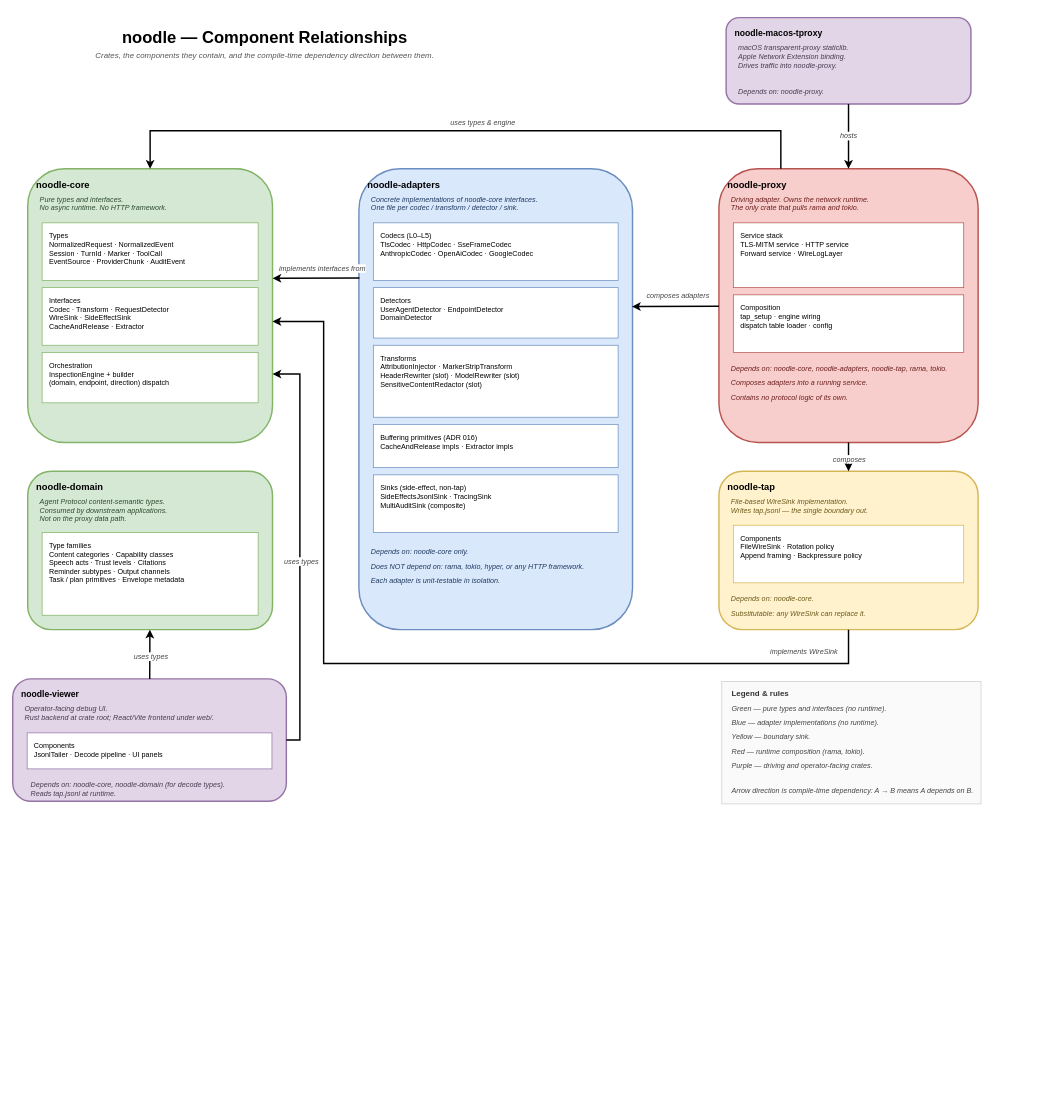
josephbarnett/noodle keeps this draw.io diagram as docs/diagrams/component-relationships.drawio. Above is the earlier version. Source tidied: cells renumbered, new cells numbered last; positions are measured from the earlier drawing's top-left corner, leaving out a move shared by most shapes. Both pictures are drawn from the tidied source at 72%, with x=0, y=0 at pixel (12, 17).
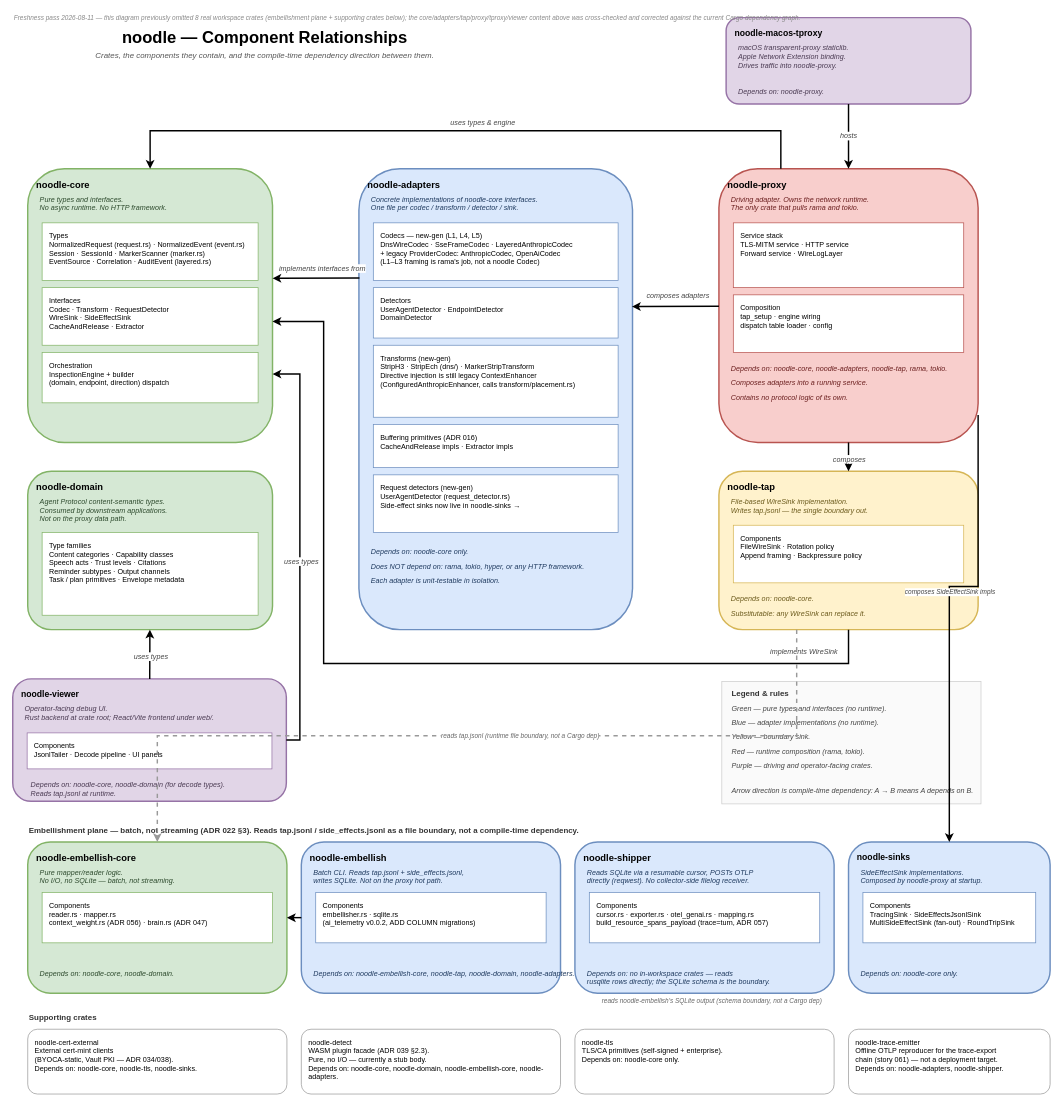
Above is the later version.

Commit message (it also covers changes not shown here):
docs: freshness pass on architecture/diagram docs — v1 fictions replaced with as-built (ADR 053) (#22)

Unchanged cells that the change refers to:
```xml
<mxCell id="22" value="noodle-tap" style="rounded=1;whiteSpace=wrap;html=1;fillColor=#fff2cc;strokeColor=#d6b656;align=left;verticalAlign=top;fontSize=13;fontStyle=1;strokeWidth=2;spacingLeft=10;spacingTop=8;" parent="1" vertex="1">
  <mxGeometry x="981" y="630" width="360" height="220" as="geometry" />
</mxCell>
<mxCell id="27" value="noodle-proxy" style="rounded=1;whiteSpace=wrap;html=1;fillColor=#f8cecc;strokeColor=#b85450;align=left;verticalAlign=top;fontSize=13;fontStyle=1;strokeWidth=2;spacingLeft=10;spacingTop=8;" parent="1" vertex="1">
  <mxGeometry x="981" y="210" width="360" height="380" as="geometry" />
</mxCell>
```

The edit, as a diff of the source:
```diff
@@
-    <mxCell id="6" value="Types&#10;NormalizedRequest · NormalizedEvent&#10;Session · TurnId · Marker · ToolCall&#10;EventSource · ProviderChunk · AuditEvent" style="rounded=0;whiteSpace=wrap;html=1;fillColor=#ffffff;strokeColor=#82b366;align=left;verticalAlign=top;fontSize=10;spacingLeft=8;spacingTop=6;" parent="1" vertex="1">
+    <mxCell id="6" value="Types&#10;NormalizedRequest (request.rs) · NormalizedEvent (event.rs)&#10;Session · SessionId · MarkerScanner (marker.rs)&#10;EventSource · Correlation · AuditEvent (layered.rs)" style="rounded=0;whiteSpace=wrap;html=1;fillColor=#ffffff;strokeColor=#82b366;align=left;verticalAlign=top;fontSize=10;spacingLeft=8;spacingTop=6;" parent="1" vertex="1">
       <mxGeometry x="41" y="285" width="300" height="80" as="geometry" />
     </mxCell>
@@
-    <mxCell id="14" value="Codecs (L0–L5)&#10;TlsCodec · HttpCodec · SseFrameCodec&#10;AnthropicCodec · OpenAiCodec · GoogleCodec" style="rounded=0;whiteSpace=wrap;html=1;fillColor=#ffffff;strokeColor=#6c8ebf;align=left;verticalAlign=top;fontSize=10;spacingLeft=8;spacingTop=6;" parent="1" vertex="1">
+    <mxCell id="14" value="Codecs — new-gen (L1, L4, L5)&#10;DnsWireCodec · SseFrameCodec · LayeredAnthropicCodec&#10;+ legacy ProviderCodec: AnthropicCodec, OpenAiCodec&#10;(L1–L3 framing is rama's job, not a noodle Codec)" style="rounded=0;whiteSpace=wrap;html=1;fillColor=#ffffff;strokeColor=#6c8ebf;align=left;verticalAlign=top;fontSize=10;spacingLeft=8;spacingTop=6;" parent="1" vertex="1">
       <mxGeometry x="501" y="285" width="340" height="80" as="geometry" />
     </mxCell>
@@
-    <mxCell id="16" value="Transforms&#10;AttributionInjector · MarkerStripTransform&#10;HeaderRewriter (slot) · ModelRewriter (slot)&#10;SensitiveContentRedactor (slot)" style="rounded=0;whiteSpace=wrap;html=1;fillColor=#ffffff;strokeColor=#6c8ebf;align=left;verticalAlign=top;fontSize=10;spacingLeft=8;spacingTop=6;" parent="1" vertex="1">
+    <mxCell id="16" value="Transforms (new-gen)&#10;StripH3 · StripEch (dns/) · MarkerStripTransform&#10;Directive injection is still legacy ContextEnhancer&#10;(ConfiguredAnthropicEnhancer, calls transform/placement.rs)" style="rounded=0;whiteSpace=wrap;html=1;fillColor=#ffffff;strokeColor=#6c8ebf;align=left;verticalAlign=top;fontSize=10;spacingLeft=8;spacingTop=6;" parent="1" vertex="1">
       <mxGeometry x="501" y="455" width="340" height="100" as="geometry" />
     </mxCell>
@@
-    <mxCell id="18" value="Sinks (side-effect, non-tap)&#10;SideEffectsJsonlSink · TracingSink&#10;MultiAuditSink (composite)" style="rounded=0;whiteSpace=wrap;html=1;fillColor=#ffffff;strokeColor=#6c8ebf;align=left;verticalAlign=top;fontSize=10;spacingLeft=8;spacingTop=6;" parent="1" vertex="1">
+    <mxCell id="18" value="Request detectors (new-gen)&#10;UserAgentDetector (request_detector.rs)&#10;Side-effect sinks now live in noodle-sinks →" style="rounded=0;whiteSpace=wrap;html=1;fillColor=#ffffff;strokeColor=#6c8ebf;align=left;verticalAlign=top;fontSize=10;spacingLeft=8;spacingTop=6;" parent="1" vertex="1">
       <mxGeometry x="501" y="635" width="340" height="80" as="geometry" />
     </mxCell>
@@
+    <mxCell id="65" value="Freshness pass 2026-08-11 — this diagram previously omitted 8 real workspace crates (embellishment plane + supporting crates below); the core/adapters/tap/proxy/tproxy/viewer content above was cross-checked and corrected against the current Cargo dependency graph." style="text;html=1;align=left;verticalAlign=middle;fontSize=9;fontStyle=2;fontColor=#888888;" parent="1" vertex="1">
+      <mxGeometry x="0.2" y="-7" width="980" height="16" as="geometry" />
+    </mxCell>
+    <mxCell id="66" value="Embellishment plane — batch, not streaming (ADR 022 §3). Reads tap.jsonl / side_effects.jsonl as a file boundary, not a compile-time dependency." style="text;html=1;align=left;verticalAlign=middle;fontSize=11;fontStyle=1;fontColor=#333333;" parent="1" vertex="1">
+      <mxGeometry x="21" y="1120" width="900" height="18" as="geometry" />
+    </mxCell>
+    <mxCell id="67" value="noodle-embellish-core" style="rounded=1;whiteSpace=wrap;html=1;fillColor=#d5e8d4;strokeColor=#82b366;align=left;verticalAlign=top;fontSize=13;fontStyle=1;strokeWidth=2;spacingLeft=10;spacingTop=8;" parent="1" vertex="1">
+      <mxGeometry x="21" y="1145" width="360" height="210" as="geometry" />
+    </mxCell>
+    <mxCell id="68" value="Pure mapper/reader logic.&#10;No I/O, no SQLite — batch, not streaming." style="text;html=1;align=left;verticalAlign=top;fontSize=10;fontStyle=2;fontColor=#2d4a2d;" parent="1" vertex="1">
+      <mxGeometry x="36" y="1175" width="330" height="32" as="geometry" />
+    </mxCell>
+    <mxCell id="69" value="Components&#10;reader.rs · mapper.rs&#10;context_weight.rs (ADR 056) · brain.rs (ADR 047)" style="rounded=0;whiteSpace=wrap;html=1;fillColor=#ffffff;strokeColor=#82b366;align=left;verticalAlign=top;fontSize=10;spacingLeft=8;spacingTop=6;" parent="1" vertex="1">
+      <mxGeometry x="41" y="1215" width="320" height="70" as="geometry" />
+    </mxCell>
+    <mxCell id="70" value="Depends on: noodle-core, noodle-domain." style="text;html=1;align=left;verticalAlign=top;fontSize=10;fontStyle=2;fontColor=#2d4a2d;" parent="1" vertex="1">
+      <mxGeometry x="36" y="1315" width="330" height="20" as="geometry" />
+    </mxCell>
+    <mxCell id="71" value="noodle-embellish" style="rounded=1;whiteSpace=wrap;html=1;fillColor=#dae8fc;strokeColor=#6c8ebf;align=left;verticalAlign=top;fontSize=13;fontStyle=1;strokeWidth=2;spacingLeft=10;spacingTop=8;" parent="1" vertex="1">
+      <mxGeometry x="401" y="1145" width="360" height="210" as="geometry" />
+    </mxCell>
+    <mxCell id="72" value="Batch CLI. Reads tap.jsonl + side_effects.jsonl,&#10;writes SQLite. Not on the proxy hot path." style="text;html=1;align=left;verticalAlign=top;fontSize=10;fontStyle=2;fontColor=#1f3a5f;" parent="1" vertex="1">
+      <mxGeometry x="416" y="1175" width="330" height="32" as="geometry" />
+    </mxCell>
+    <mxCell id="73" value="Components&#10;embellisher.rs · sqlite.rs&#10;(ai_telemetry v0.0.2, ADD COLUMN migrations)" style="rounded=0;whiteSpace=wrap;html=1;fillColor=#ffffff;strokeColor=#6c8ebf;align=left;verticalAlign=top;fontSize=10;spacingLeft=8;spacingTop=6;" parent="1" vertex="1">
+      <mxGeometry x="421" y="1215" width="320" height="70" as="geometry" />
+    </mxCell>
+    <mxCell id="74" value="Depends on: noodle-embellish-core, noodle-tap, noodle-domain, noodle-adapters." style="text;html=1;align=left;verticalAlign=top;fontSize=10;fontStyle=2;fontColor=#1f3a5f;" parent="1" vertex="1">
+      <mxGeometry x="416" y="1315" width="330" height="30" as="geometry" />
+    </mxCell>
+    <mxCell id="75" value="noodle-shipper" style="rounded=1;whiteSpace=wrap;html=1;fillColor=#dae8fc;strokeColor=#6c8ebf;align=left;verticalAlign=top;fontSize=13;fontStyle=1;strokeWidth=2;spacingLeft=10;spacingTop=8;" parent="1" vertex="1">
+      <mxGeometry x="781" y="1145" width="360" height="210" as="geometry" />
+    </mxCell>
+    <mxCell id="76" value="Reads SQLite via a resumable cursor, POSTs OTLP&#10;directly (reqwest). No collector-side filelog receiver." style="text;html=1;align=left;verticalAlign=top;fontSize=10;fontStyle=2;fontColor=#1f3a5f;" parent="1" vertex="1">
+      <mxGeometry x="796" y="1175" width="330" height="32" as="geometry" />
+    </mxCell>
+    <mxCell id="77" value="Components&#10;cursor.rs · exporter.rs · otel_genai.rs · mapping.rs&#10;build_resource_spans_payload (trace=turn, ADR 057)" style="rounded=0;whiteSpace=wrap;html=1;fillColor=#ffffff;strokeColor=#6c8ebf;align=left;verticalAlign=top;fontSize=10;spacingLeft=8;spacingTop=6;" parent="1" vertex="1">
+      <mxGeometry x="801" y="1215" width="320" height="70" as="geometry" />
+    </mxCell>
+    <mxCell id="78" value="Depends on: no in-workspace crates — reads&#10;rusqlite rows directly; the SQLite schema is the boundary." style="text;html=1;align=left;verticalAlign=top;fontSize=10;fontStyle=2;fontColor=#1f3a5f;" parent="1" vertex="1">
+      <mxGeometry x="796" y="1315" width="330" height="30" as="geometry" />
+    </mxCell>
+    <mxCell id="79" value="noodle-sinks" style="rounded=1;whiteSpace=wrap;html=1;fillColor=#dae8fc;strokeColor=#6c8ebf;align=left;verticalAlign=top;fontSize=12;fontStyle=1;strokeWidth=2;spacingLeft=10;spacingTop=8;" parent="1" vertex="1">
+      <mxGeometry x="1161" y="1145" width="280" height="210" as="geometry" />
+    </mxCell>
+    <mxCell id="80" value="SideEffectSink implementations.&#10;Composed by noodle-proxy at startup." style="text;html=1;align=left;verticalAlign=top;fontSize=10;fontStyle=2;fontColor=#1f3a5f;" parent="1" vertex="1">
+      <mxGeometry x="1176" y="1175" width="250" height="32" as="geometry" />
+    </mxCell>
+    <mxCell id="81" value="Components&#10;TracingSink · SideEffectsJsonlSink&#10;MultiSideEffectSink (fan-out) · RoundTripSink" style="rounded=0;whiteSpace=wrap;html=1;fillColor=#ffffff;strokeColor=#6c8ebf;align=left;verticalAlign=top;fontSize=10;spacingLeft=8;spacingTop=6;" parent="1" vertex="1">
+      <mxGeometry x="1181" y="1215" width="240" height="70" as="geometry" />
+    </mxCell>
+    <mxCell id="82" value="Depends on: noodle-core only." style="text;html=1;align=left;verticalAlign=top;fontSize=10;fontStyle=2;fontColor=#1f3a5f;" parent="1" vertex="1">
+      <mxGeometry x="1176" y="1315" width="250" height="20" as="geometry" />
+    </mxCell>
+    <mxCell id="83" value="Supporting crates" style="text;html=1;align=left;verticalAlign=middle;fontSize=11;fontStyle=1;fontColor=#333333;" parent="1" vertex="1">
+      <mxGeometry x="21" y="1380" width="300" height="18" as="geometry" />
+    </mxCell>
+    <mxCell id="84" value="noodle-cert-external&#10;External cert-mint clients&#10;(BYOCA-static, Vault PKI — ADR 034/038).&#10;Depends on: noodle-core, noodle-tls, noodle-sinks." style="rounded=1;whiteSpace=wrap;html=1;fillColor=#ffffff;strokeColor=#999999;align=left;verticalAlign=top;fontSize=10;spacingLeft=8;spacingTop=6;" parent="1" vertex="1">
+      <mxGeometry x="21" y="1405" width="360" height="90" as="geometry" />
+    </mxCell>
+    <mxCell id="85" value="noodle-detect&#10;WASM plugin facade (ADR 039 §2.3).&#10;Pure, no I/O — currently a stub body.&#10;Depends on: noodle-core, noodle-domain, noodle-embellish-core, noodle-adapters." style="rounded=1;whiteSpace=wrap;html=1;fillColor=#ffffff;strokeColor=#999999;align=left;verticalAlign=top;fontSize=10;spacingLeft=8;spacingTop=6;" parent="1" vertex="1">
+      <mxGeometry x="401" y="1405" width="360" height="90" as="geometry" />
+    </mxCell>
+    <mxCell id="86" value="noodle-tls&#10;TLS/CA primitives (self-signed + enterprise).&#10;Depends on: noodle-core only." style="rounded=1;whiteSpace=wrap;html=1;fillColor=#ffffff;strokeColor=#999999;align=left;verticalAlign=top;fontSize=10;spacingLeft=8;spacingTop=6;" parent="1" vertex="1">
+      <mxGeometry x="781" y="1405" width="360" height="90" as="geometry" />
+    </mxCell>
+    <mxCell id="87" value="noodle-trace-emitter&#10;Offline OTLP reproducer for the trace-export&#10;chain (story 061) — not a deployment target.&#10;Depends on: noodle-adapters, noodle-shipper." style="rounded=1;whiteSpace=wrap;html=1;fillColor=#ffffff;strokeColor=#999999;align=left;verticalAlign=top;fontSize=10;spacingLeft=8;spacingTop=6;" parent="1" vertex="1">
+      <mxGeometry x="1161" y="1405" width="280" height="90" as="geometry" />
+    </mxCell>
+    <mxCell id="88" style="endArrow=classic;html=1;rounded=0;strokeWidth=2;dashed=1;strokeColor=#999999;exitX=0.3;exitY=1;exitDx=0;exitDy=0;entryX=0.5;entryY=0;entryDx=0;entryDy=0;edgeStyle=orthogonalEdgeStyle;" parent="1" edge="1" source="22" target="67">
+      <mxGeometry relative="1" as="geometry" />
+    </mxCell>
+    <mxCell id="89" value="reads tap.jsonl (runtime file boundary, not a Cargo dep)" style="edgeLabel;html=1;align=center;verticalAlign=middle;fontSize=9;fontStyle=2;fontColor=#666666;" parent="88" vertex="1">
+      <mxGeometry x="-0.1" relative="1" as="geometry" />
+    </mxCell>
+    <mxCell id="90" style="endArrow=classic;html=1;rounded=0;strokeWidth=2;exitX=1;exitY=0.9;exitDx=0;exitDy=0;entryX=0.5;entryY=0;entryDx=0;entryDy=0;edgeStyle=orthogonalEdgeStyle;" parent="1" edge="1" source="27" target="79">
+      <mxGeometry relative="1" as="geometry">
+        <Array as="points">
+          <mxPoint x="1301" y="790" />
+        </Array>
+      </mxGeometry>
+    </mxCell>
+    <mxCell id="91" value="composes SideEffectSink impls" style="edgeLabel;html=1;align=center;verticalAlign=middle;fontSize=9;fontStyle=2;fontColor=#444444;" parent="90" vertex="1">
+      <mxGeometry x="-0.1" relative="1" as="geometry" />
+    </mxCell>
+    <mxCell id="92" style="endArrow=classic;html=1;rounded=0;strokeWidth=2;exitX=0;exitY=0.5;exitDx=0;exitDy=0;entryX=1;entryY=0.5;entryDx=0;entryDy=0;" parent="1" edge="1" source="71" target="67">
+      <mxGeometry relative="1" as="geometry" />
+    </mxCell>
+    <mxCell id="93" value="reads noodle-embellish's SQLite output (schema boundary, not a Cargo dep)" style="text;html=1;align=center;verticalAlign=middle;fontSize=9;fontStyle=2;fontColor=#666666;" parent="1" vertex="1">
+      <mxGeometry x="761" y="1358" width="420" height="16" as="geometry" />
+    </mxCell>
```
